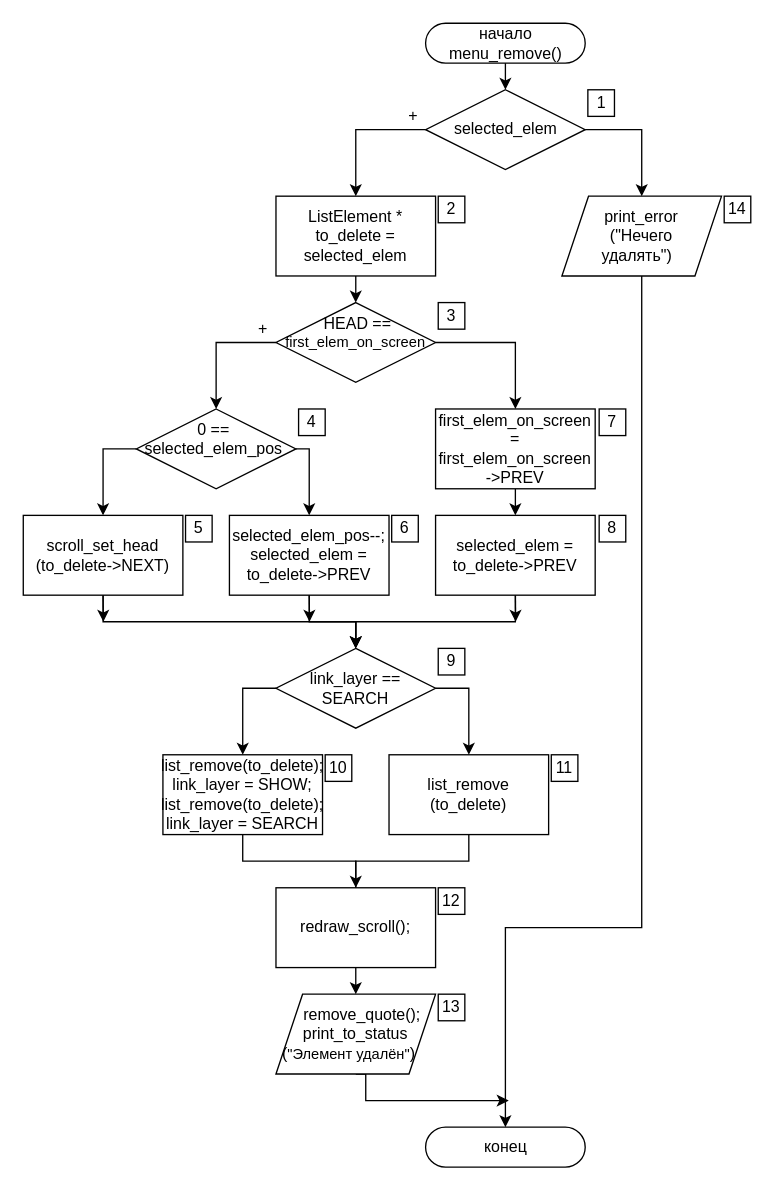
This is ПЗ/Diagrams/menu_remove.drawio from Killfrra/AnP, a draw.io file, before an edit. Source tidied: cells renumbered, new cells numbered last; positions are measured from the earlier drawing's top-left corner, leaving out a move shared by most shapes. Both pictures are drawn from the tidied source at 133%, with x=0, y=0 at pixel (23, 23).
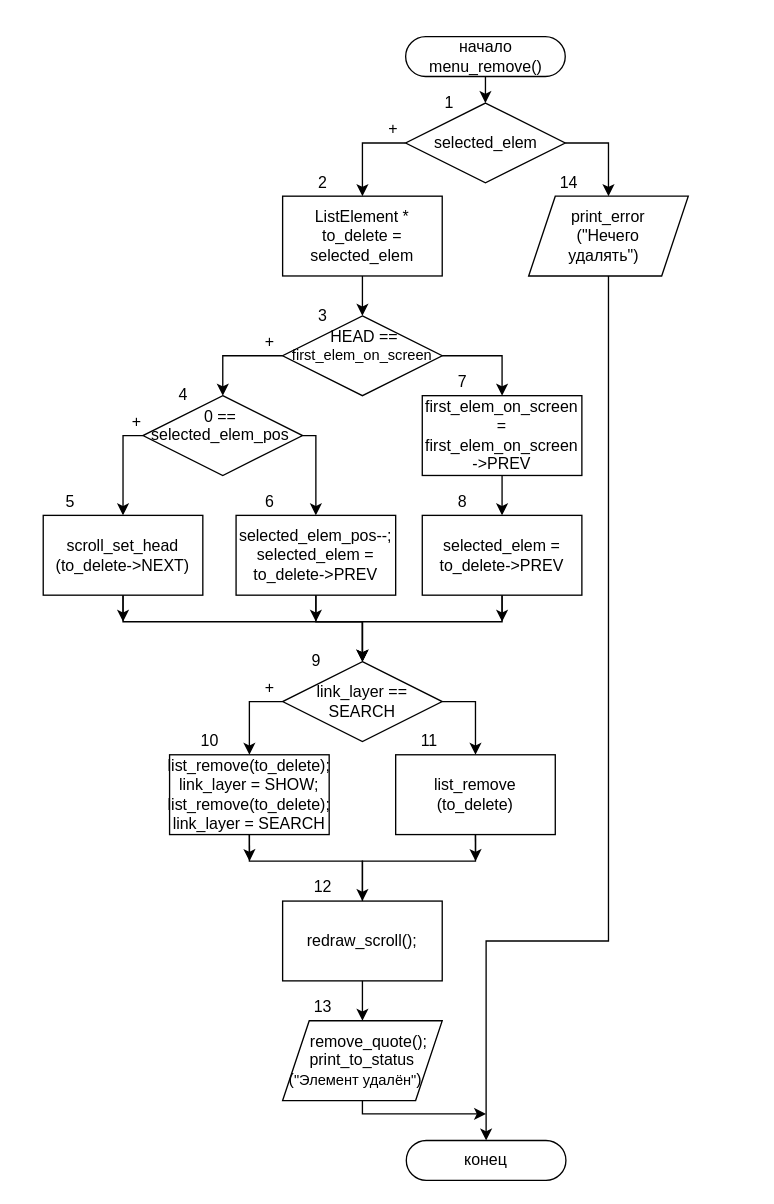
Above is the later version.

The edit, as a diff of the source:
```diff
@@
     <mxCell id="2" value="начало&lt;br&gt;menu_remove()" style="rounded=1;whiteSpace=wrap;html=1;arcSize=50;" parent="1" vertex="1">
-      <mxGeometry x="302.5" width="120" height="30" as="geometry" />
+      <mxGeometry x="287.5" y="10" width="120" height="30" as="geometry" />
     </mxCell>
     <mxCell id="3" value="конец" style="rounded=1;whiteSpace=wrap;html=1;arcSize=50;" parent="1" vertex="1">
-      <mxGeometry x="302.5" y="830" width="120" height="30" as="geometry" />
+      <mxGeometry x="288" y="840" width="120" height="30" as="geometry" />
     </mxCell>
     <mxCell id="4" value="&lt;font style=&quot;font-size: 12px&quot;&gt;selected_elem&lt;/font&gt;" style="rhombus;whiteSpace=wrap;html=1;rounded=0;" parent="1" vertex="1">
-      <mxGeometry x="302.5" y="50" width="120" height="60" as="geometry" />
+      <mxGeometry x="287.5" y="60" width="120" height="60" as="geometry" />
     </mxCell>
     <mxCell id="5" style="edgeStyle=orthogonalEdgeStyle;rounded=0;jettySize=auto;html=1;exitX=0.5;exitY=1;exitDx=0;exitDy=0;" parent="1" edge="1" source="6">
       <mxGeometry relative="1" as="geometry">
-        <mxPoint x="365" y="810" as="targetPoint" />
+        <mxPoint x="348" y="820" as="targetPoint" />
         <Array as="points">
-          <mxPoint x="257.5" y="810" />
+          <mxPoint x="255" y="820" />
         </Array>
       </mxGeometry>
     </mxCell>
     <mxCell id="6" value="&amp;nbsp; &amp;nbsp;remove_quote();&lt;br&gt;print_to_status&lt;br&gt;(&lt;font style=&quot;font-size: 11px&quot;&gt;&quot;&lt;/font&gt;&lt;font style=&quot;font-size: 11px&quot;&gt;Элемент удалён&lt;/font&gt;&lt;font style=&quot;font-size: 11px&quot;&gt;&quot;&lt;/font&gt;)&amp;nbsp; &amp;nbsp;" style="shape=parallelogram;perimeter=parallelogramPerimeter;whiteSpace=wrap;html=1;fixedSize=1;fontFamily=Helvetica;fontSize=12;fontColor=#000000;align=center;strokeColor=#000000;fillColor=#ffffff;" parent="1" vertex="1">
-      <mxGeometry x="190" y="730" width="120" height="60" as="geometry" />
+      <mxGeometry x="195" y="750" width="120" height="60" as="geometry" />
     </mxCell>
     <mxCell id="7" value="link_layer == SEARCH" style="rhombus;whiteSpace=wrap;html=1;rounded=0;" parent="1" vertex="1">
-      <mxGeometry x="190" y="470" width="120" height="60" as="geometry" />
+      <mxGeometry x="195" y="480" width="120" height="60" as="geometry" />
     </mxCell>
+    <mxCell id="55" style="edgeStyle=orthogonalEdgeStyle;rounded=0;jettySize=auto;html=1;exitX=0.5;exitY=1;exitDx=0;exitDy=0;" parent="1" edge="1" source="8">
+      <mxGeometry relative="1" as="geometry">
+        <mxPoint x="170.1" y="630" as="targetPoint" />
+      </mxGeometry>
+    </mxCell>
     <mxCell id="8" value="list_remove(to_delete);&lt;br&gt;link_layer = SHOW;&lt;br&gt;list_remove(to_delete);&lt;br&gt;link_layer = SEARCH" style="rounded=0;whiteSpace=wrap;html=1;" parent="1" vertex="1">
-      <mxGeometry x="105" y="550" width="120" height="60" as="geometry" />
+      <mxGeometry x="110" y="550" width="120" height="60" as="geometry" />
     </mxCell>
     <mxCell id="9" style="edgeStyle=orthogonalEdgeStyle;rounded=0;jettySize=auto;html=1;exitX=0.5;exitY=1;exitDx=0;exitDy=0;entryX=0.5;entryY=0;entryDx=0;entryDy=0;" parent="1" edge="1" source="8" target="6">
       <mxGeometry relative="1" as="geometry">
         <Array as="points">
-          <mxPoint x="165" y="630" />
-          <mxPoint x="250" y="630" />
+          <mxPoint x="170" y="630" />
+          <mxPoint x="255" y="630" />
         </Array>
       </mxGeometry>
     </mxCell>
+    <mxCell id="56" style="edgeStyle=orthogonalEdgeStyle;rounded=0;jettySize=auto;html=1;exitX=0.5;exitY=1;exitDx=0;exitDy=0;" parent="1" edge="1" source="10">
+      <mxGeometry relative="1" as="geometry">
+        <mxPoint x="340.1" y="630" as="targetPoint" />
+      </mxGeometry>
+    </mxCell>
     <mxCell id="10" value="list_remove&lt;br&gt;(to_delete)" style="rounded=0;whiteSpace=wrap;html=1;" parent="1" vertex="1">
-      <mxGeometry x="275" y="550" width="120" height="60" as="geometry" />
+      <mxGeometry x="280" y="550" width="120" height="60" as="geometry" />
     </mxCell>
     <mxCell id="11" style="edgeStyle=orthogonalEdgeStyle;rounded=0;jettySize=auto;html=1;exitX=0;exitY=0.5;exitDx=0;exitDy=0;entryX=0.5;entryY=0;entryDx=0;entryDy=0;" parent="1" edge="1" source="7" target="8">
       <mxGeometry relative="1" as="geometry">
         <Array as="points">
-          <mxPoint x="165" y="500" />
+          <mxPoint x="170" y="510" />
         </Array>
       </mxGeometry>
     </mxCell>
     <mxCell id="12" style="edgeStyle=orthogonalEdgeStyle;rounded=0;jettySize=auto;html=1;exitX=1;exitY=0.5;exitDx=0;exitDy=0;entryX=0.5;entryY=0;entryDx=0;entryDy=0;" parent="1" edge="1" source="7" target="10">
       <mxGeometry relative="1" as="geometry">
         <Array as="points">
-          <mxPoint x="335" y="500" />
+          <mxPoint x="340" y="510" />
         </Array>
       </mxGeometry>
     </mxCell>
     <mxCell id="13" value="&amp;nbsp;HEAD ==&lt;br&gt;&lt;font&gt;&lt;font style=&quot;font-size: 11px&quot;&gt;first_elem_on_screen&lt;/font&gt;&lt;br&gt;&lt;br&gt;&lt;/font&gt;" style="rhombus;whiteSpace=wrap;html=1;rounded=0;" parent="1" vertex="1">
-      <mxGeometry x="190" y="210" width="120" height="60" as="geometry" />
+      <mxGeometry x="195" y="220" width="120" height="60" as="geometry" />
     </mxCell>
     <mxCell id="14" value="0 ==&amp;nbsp;&lt;br&gt;selected_elem_pos&amp;nbsp;&lt;br&gt;&amp;nbsp;" style="rhombus;whiteSpace=wrap;html=1;rounded=0;" parent="1" vertex="1">
-      <mxGeometry x="85" y="290" width="120" height="60" as="geometry" />
+      <mxGeometry x="90" y="280" width="120" height="60" as="geometry" />
     </mxCell>
     <mxCell id="15" style="edgeStyle=orthogonalEdgeStyle;rounded=0;jettySize=auto;html=1;exitX=0.5;exitY=1;exitDx=0;exitDy=0;" parent="1" edge="1" source="16">
       <mxGeometry relative="1" as="geometry">
-        <mxPoint x="60.2" y="450" as="targetPoint" />
+        <mxPoint x="75" y="450" as="targetPoint" />
       </mxGeometry>
     </mxCell>
     <mxCell id="16" value="scroll_set_head&lt;br&gt;(to_delete-&amp;gt;NEXT)" style="rounded=0;whiteSpace=wrap;html=1;" parent="1" vertex="1">
-      <mxGeometry y="370" width="120" height="60" as="geometry" />
+      <mxGeometry x="15" y="370" width="120" height="60" as="geometry" />
     </mxCell>
     <mxCell id="17" style="edgeStyle=orthogonalEdgeStyle;rounded=0;jettySize=auto;html=1;exitX=0.5;exitY=1;exitDx=0;exitDy=0;entryX=0.5;entryY=0;entryDx=0;entryDy=0;" parent="1" edge="1" source="16" target="7">
       <mxGeometry relative="1" as="geometry">
         <Array as="points">
-          <mxPoint x="60" y="450" />
-          <mxPoint x="250" y="450" />
+          <mxPoint x="75" y="450" />
+          <mxPoint x="255" y="450" />
         </Array>
       </mxGeometry>
     </mxCell>
     <mxCell id="18" style="edgeStyle=orthogonalEdgeStyle;rounded=0;jettySize=auto;html=1;exitX=0.5;exitY=1;exitDx=0;exitDy=0;" parent="1" edge="1" source="19">
       <mxGeometry relative="1" as="geometry">
-        <mxPoint x="215.2" y="450" as="targetPoint" />
+        <mxPoint x="220" y="450" as="targetPoint" />
       </mxGeometry>
     </mxCell>
     <mxCell id="19" value="selected_elem_pos--;&lt;br&gt;selected_elem = to_delete-&amp;gt;PREV" style="rounded=0;whiteSpace=wrap;html=1;" parent="1" vertex="1">
-      <mxGeometry x="155" y="370" width="120" height="60" as="geometry" />
+      <mxGeometry x="160" y="370" width="120" height="60" as="geometry" />
     </mxCell>
     <mxCell id="20" style="edgeStyle=orthogonalEdgeStyle;rounded=0;jettySize=auto;html=1;exitX=0.5;exitY=1;exitDx=0;exitDy=0;entryX=0.5;entryY=0;entryDx=0;entryDy=0;" parent="1" edge="1" source="19" target="7">
       <mxGeometry relative="1" as="geometry">
         <Array as="points">
-          <mxPoint x="215" y="450" />
-          <mxPoint x="250" y="450" />
+          <mxPoint x="220" y="450" />
+          <mxPoint x="255" y="450" />
         </Array>
       </mxGeometry>
     </mxCell>
     <mxCell id="21" style="edgeStyle=orthogonalEdgeStyle;rounded=0;jettySize=auto;html=1;exitX=0;exitY=0.5;exitDx=0;exitDy=0;entryX=0.5;entryY=0;entryDx=0;entryDy=0;" parent="1" edge="1" source="14" target="16">
       <mxGeometry relative="1" as="geometry">
         <Array as="points">
-          <mxPoint x="60" y="320" />
+          <mxPoint x="75" y="310" />
         </Array>
       </mxGeometry>
     </mxCell>
     <mxCell id="22" style="edgeStyle=orthogonalEdgeStyle;rounded=0;jettySize=auto;html=1;exitX=1;exitY=0.5;exitDx=0;exitDy=0;entryX=0.5;entryY=0;entryDx=0;entryDy=0;" parent="1" edge="1" source="14" target="19">
       <mxGeometry relative="1" as="geometry">
         <Array as="points">
-          <mxPoint x="215" y="320" />
+          <mxPoint x="220" y="310" />
         </Array>
       </mxGeometry>
     </mxCell>
@@
     <mxCell id="24" value="first_elem_on_screen = first_elem_on_screen&lt;br&gt;-&amp;gt;PREV" style="rounded=0;whiteSpace=wrap;html=1;" parent="1" vertex="1">
-      <mxGeometry x="310" y="290" width="120" height="60" as="geometry" />
+      <mxGeometry x="300" y="280" width="120" height="60" as="geometry" />
     </mxCell>
@@
     <mxCell id="27" value="ListElement * to_delete = selected_elem" style="rounded=0;whiteSpace=wrap;html=1;" parent="1" vertex="1">
-      <mxGeometry x="190" y="130" width="120" height="60" as="geometry" />
+      <mxGeometry x="195" y="130" width="120" height="60" as="geometry" />
     </mxCell>
@@
     <mxCell id="29" value="print_error&lt;br&gt;(&quot;Нечего&lt;br&gt;удалять&quot;)&amp;nbsp;&amp;nbsp;" style="shape=parallelogram;perimeter=parallelogramPerimeter;whiteSpace=wrap;html=1;fixedSize=1;fontFamily=Helvetica;fontSize=12;fontColor=#000000;align=center;strokeColor=#000000;fillColor=#ffffff;" parent="1" vertex="1">
-      <mxGeometry x="405" y="130" width="120" height="60" as="geometry" />
+      <mxGeometry x="380" y="130" width="120" height="60" as="geometry" />
     </mxCell>
     <mxCell id="30" style="edgeStyle=orthogonalEdgeStyle;rounded=0;jettySize=auto;html=1;exitX=0.5;exitY=1;exitDx=0;exitDy=0;entryX=0.5;entryY=0;entryDx=0;entryDy=0;" parent="1" edge="1" source="29" target="3">
       <mxGeometry relative="1" as="geometry">
         <Array as="points">
-          <mxPoint x="465" y="680" />
-          <mxPoint x="363" y="680" />
+          <mxPoint x="440" y="690" />
+          <mxPoint x="348" y="690" />
         </Array>
       </mxGeometry>
     </mxCell>
@@
     <mxCell id="34" style="edgeStyle=orthogonalEdgeStyle;rounded=0;jettySize=auto;html=1;exitX=0.5;exitY=1;exitDx=0;exitDy=0;entryX=0.5;entryY=0;entryDx=0;entryDy=0;" parent="1" edge="1" source="36" target="7">
       <mxGeometry relative="1" as="geometry">
         <Array as="points">
-          <mxPoint x="370" y="450" />
-          <mxPoint x="250" y="450" />
+          <mxPoint x="360" y="450" />
+          <mxPoint x="255" y="450" />
         </Array>
       </mxGeometry>
     </mxCell>
     <mxCell id="35" style="edgeStyle=orthogonalEdgeStyle;rounded=0;jettySize=auto;html=1;exitX=0.5;exitY=1;exitDx=0;exitDy=0;" parent="1" edge="1" source="36">
       <mxGeometry relative="1" as="geometry">
-        <mxPoint x="370.2" y="450" as="targetPoint" />
+        <mxPoint x="360" y="450" as="targetPoint" />
+        <Array as="points">
+          <mxPoint x="360" y="440" />
+          <mxPoint x="360" y="440" />
+        </Array>
       </mxGeometry>
     </mxCell>
     <mxCell id="36" value="selected_elem = to_delete-&amp;gt;PREV" style="rounded=0;whiteSpace=wrap;html=1;" parent="1" vertex="1">
-      <mxGeometry x="310" y="370" width="120" height="60" as="geometry" />
+      <mxGeometry x="300" y="370" width="120" height="60" as="geometry" />
     </mxCell>
     <mxCell id="37" value="redraw_scroll();" style="rounded=0;whiteSpace=wrap;html=1;" parent="1" vertex="1">
-      <mxGeometry x="190" y="650" width="120" height="60" as="geometry" />
+      <mxGeometry x="195" y="660" width="120" height="60" as="geometry" />
     </mxCell>
     <mxCell id="38" style="edgeStyle=orthogonalEdgeStyle;rounded=0;jettySize=auto;html=1;exitX=0.5;exitY=1;exitDx=0;exitDy=0;entryX=0.5;entryY=0;entryDx=0;entryDy=0;" parent="1" edge="1" source="10" target="37">
       <mxGeometry relative="1" as="geometry">
         <Array as="points">
-          <mxPoint x="335" y="630" />
-          <mxPoint x="250" y="630" />
+          <mxPoint x="340" y="630" />
+          <mxPoint x="255" y="630" />
         </Array>
       </mxGeometry>
     </mxCell>
+    <mxCell id="53" value="+" style="text;html=1;align=center;verticalAlign=middle;" parent="1" vertex="1">
+      <mxGeometry x="268" y="70" width="20" height="20" as="geometry" />
+    </mxCell>
+    <mxCell id="54" value="+" style="text;html=1;align=center;verticalAlign=middle;" parent="1" vertex="1">
+      <mxGeometry x="175" y="230" width="20" height="20" as="geometry" />
+    </mxCell>
+    <mxCell id="52" value="1" style="text;html=1;align=center;verticalAlign=middle;" parent="1" vertex="1">
+      <mxGeometry x="310" y="50" width="20" height="20" as="geometry" />
+    </mxCell>
-    <mxCell id="39" value="2" style="whiteSpace=wrap;html=1;" parent="1" vertex="1">
-      <mxGeometry x="312" y="130" width="20" height="20" as="geometry" />
+    <mxCell id="39" value="2" style="text;html=1;align=center;verticalAlign=middle;" parent="1" vertex="1">
+      <mxGeometry x="215" y="110" width="20" height="20" as="geometry" />
     </mxCell>
-    <mxCell id="40" value="3" style="whiteSpace=wrap;html=1;" parent="1" vertex="1">
-      <mxGeometry x="312" y="210" width="20" height="20" as="geometry" />
+    <mxCell id="40" value="3" style="text;html=1;align=center;verticalAlign=middle;" parent="1" vertex="1">
+      <mxGeometry x="215" y="210" width="20" height="20" as="geometry" />
     </mxCell>
+    <mxCell id="51" value="4" style="text;html=1;align=center;verticalAlign=middle;" parent="1" vertex="1">
+      <mxGeometry x="110" y="270" width="20" height="20" as="geometry" />
+    </mxCell>
+    <mxCell id="44" value="5" style="text;html=1;align=center;verticalAlign=middle;" parent="1" vertex="1">
+      <mxGeometry x="25" y="350" width="20" height="20" as="geometry" />
+    </mxCell>
+    <mxCell id="43" value="6" style="text;html=1;align=center;verticalAlign=middle;" parent="1" vertex="1">
+      <mxGeometry x="175" y="350" width="20" height="20" as="geometry" />
+    </mxCell>
+    <mxCell id="57" value="+" style="text;html=1;align=center;verticalAlign=middle;" parent="1" vertex="1">
+      <mxGeometry x="75" y="290" width="20" height="20" as="geometry" />
+    </mxCell>
+    <mxCell id="58" value="+" style="text;html=1;align=center;verticalAlign=middle;" parent="1" vertex="1">
+      <mxGeometry x="175" y="490" width="20" height="20" as="geometry" />
+    </mxCell>
-    <mxCell id="41" value="7" style="whiteSpace=wrap;html=1;" parent="1" vertex="1">
-      <mxGeometry x="433" y="290" width="20" height="20" as="geometry" />
+    <mxCell id="41" value="7" style="text;html=1;align=center;verticalAlign=middle;" parent="1" vertex="1">
+      <mxGeometry x="320" y="260" width="20" height="20" as="geometry" />
     </mxCell>
-    <mxCell id="42" value="8" style="whiteSpace=wrap;html=1;" parent="1" vertex="1">
-      <mxGeometry x="433" y="370" width="20" height="20" as="geometry" />
+    <mxCell id="42" value="8" style="text;html=1;align=center;verticalAlign=middle;" parent="1" vertex="1">
+      <mxGeometry x="320" y="350" width="20" height="20" as="geometry" />
     </mxCell>
-    <mxCell id="43" value="6" style="whiteSpace=wrap;html=1;" parent="1" vertex="1">
-      <mxGeometry x="277" y="370" width="20" height="20" as="geometry" />
-    </mxCell>
-    <mxCell id="44" value="5" style="whiteSpace=wrap;html=1;" parent="1" vertex="1">
-      <mxGeometry x="122" y="370" width="20" height="20" as="geometry" />
-    </mxCell>
+    <mxCell id="48" value="9" style="text;html=1;align=center;verticalAlign=middle;" parent="1" vertex="1">
+      <mxGeometry x="210" y="470" width="20" height="20" as="geometry" />
+    </mxCell>
+    <mxCell id="46" value="10" style="text;html=1;align=center;verticalAlign=middle;" parent="1" vertex="1">
+      <mxGeometry x="125" y="530" width="30" height="20" as="geometry" />
+    </mxCell>
-    <mxCell id="45" value="11" style="whiteSpace=wrap;html=1;" parent="1" vertex="1">
-      <mxGeometry x="397" y="550" width="20" height="20" as="geometry" />
+    <mxCell id="45" value="11" style="text;html=1;align=center;verticalAlign=middle;" parent="1" vertex="1">
+      <mxGeometry x="290" y="530" width="30" height="20" as="geometry" />
     </mxCell>
-    <mxCell id="46" value="10" style="whiteSpace=wrap;html=1;" parent="1" vertex="1">
-      <mxGeometry x="227" y="550" width="20" height="20" as="geometry" />
-    </mxCell>
-    <mxCell id="47" value="12" style="whiteSpace=wrap;html=1;" parent="1" vertex="1">
-      <mxGeometry x="312" y="650" width="20" height="20" as="geometry" />
+    <mxCell id="47" value="12" style="text;html=1;align=center;verticalAlign=middle;" parent="1" vertex="1">
+      <mxGeometry x="210" y="640" width="30" height="20" as="geometry" />
     </mxCell>
-    <mxCell id="48" value="9" style="whiteSpace=wrap;html=1;" parent="1" vertex="1">
-      <mxGeometry x="312" y="470" width="20" height="20" as="geometry" />
-    </mxCell>
-    <mxCell id="49" value="13" style="whiteSpace=wrap;html=1;" parent="1" vertex="1">
-      <mxGeometry x="312" y="730" width="20" height="20" as="geometry" />
+    <mxCell id="49" value="13" style="text;html=1;align=center;verticalAlign=middle;" parent="1" vertex="1">
+      <mxGeometry x="210" y="730" width="30" height="20" as="geometry" />
     </mxCell>
-    <mxCell id="50" value="14" style="whiteSpace=wrap;html=1;" parent="1" vertex="1">
-      <mxGeometry x="527" y="130" width="20" height="20" as="geometry" />
+    <mxCell id="50" value="14" style="text;html=1;align=center;verticalAlign=middle;" parent="1" vertex="1">
+      <mxGeometry x="395" y="110" width="30" height="20" as="geometry" />
     </mxCell>
-    <mxCell id="51" value="4" style="whiteSpace=wrap;html=1;" parent="1" vertex="1">
-      <mxGeometry x="207" y="290" width="20" height="20" as="geometry" />
-    </mxCell>
-    <mxCell id="52" value="1" style="whiteSpace=wrap;html=1;" parent="1" vertex="1">
-      <mxGeometry x="424.5" y="50" width="20" height="20" as="geometry" />
-    </mxCell>
-    <mxCell id="53" value="+" style="text;html=1;align=center;verticalAlign=middle;" parent="1" vertex="1">
-      <mxGeometry x="283" y="60" width="20" height="20" as="geometry" />
-    </mxCell>
-    <mxCell id="54" value="+" style="text;html=1;align=center;verticalAlign=middle;" parent="1" vertex="1">
-      <mxGeometry x="170" y="220" width="20" height="20" as="geometry" />
-    </mxCell>
```
